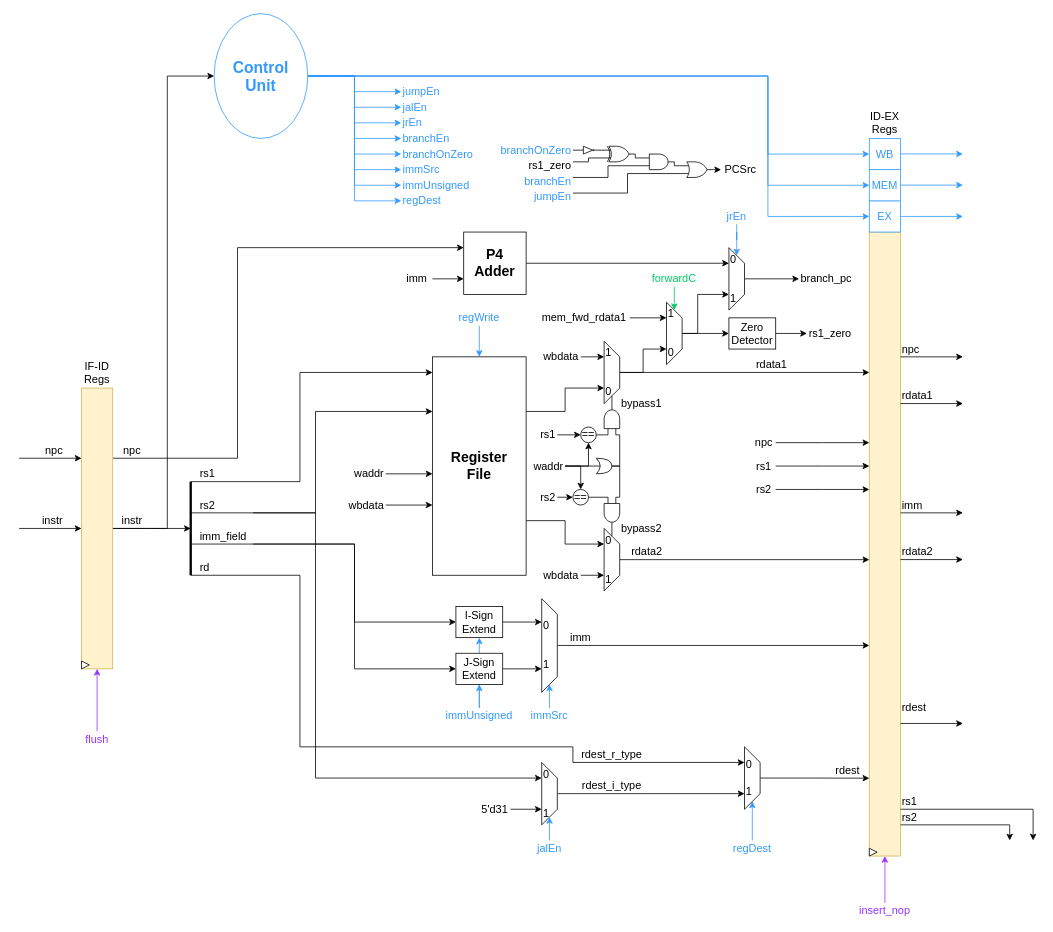
The draw.io diagram page "ID" (6 of 16) of docs/dlx_architecture.drawio in lorenzobadas/DLX, before the edit. Source tidied: cells renumbered, new cells numbered last; positions are measured from the earlier drawing's top-left corner, leaving out a move shared by most shapes. Both pictures are drawn from the tidied source at 78%, with x=0, y=0 at pixel (19, 13).
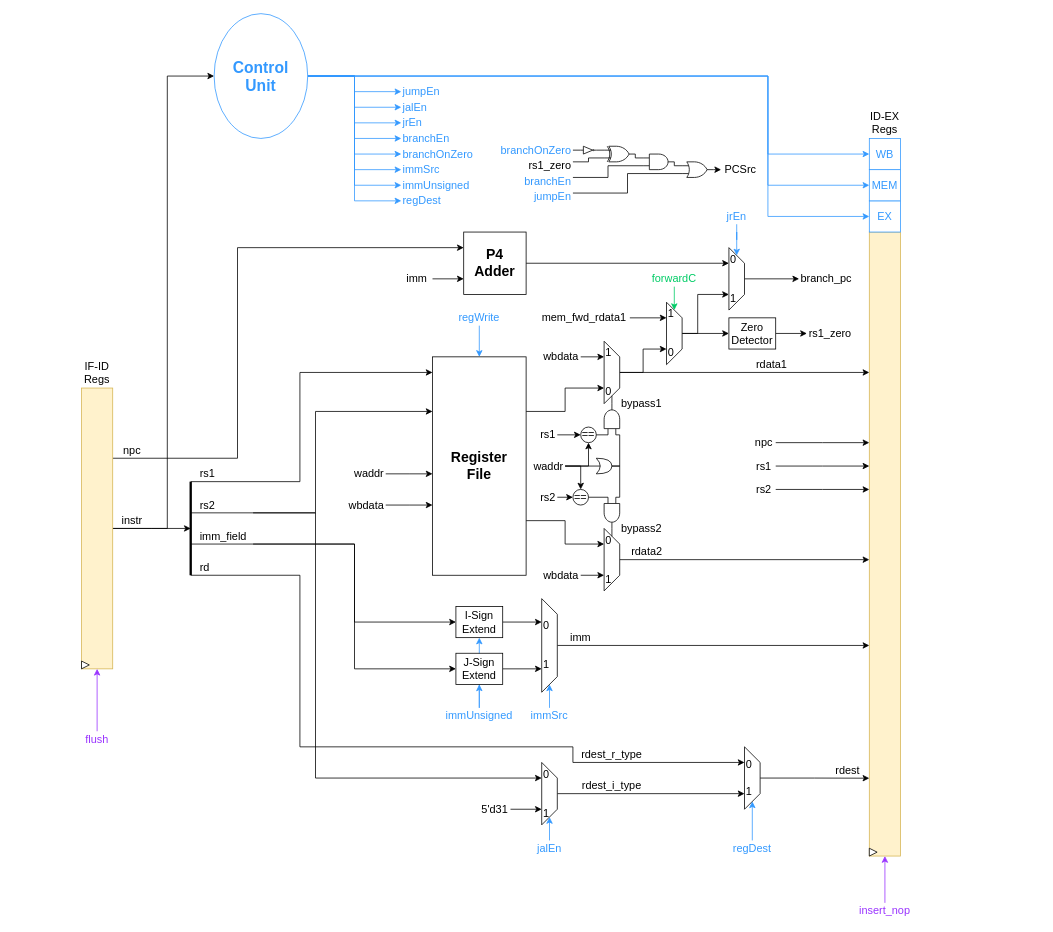
After the change.

The change refers to these unchanged cells:
```xml
<mxCell id="28" value="&lt;font style=&quot;color: rgb(51, 153, 255);&quot;&gt;EX&lt;/font&gt;" style="rounded=0;whiteSpace=wrap;html=1;strokeColor=#3399FF;fontSize=14;" parent="1" vertex="1">
  <mxGeometry x="1090" y="240" width="40" height="40" as="geometry" />
</mxCell>
```

What changed in the source:
```diff
@@
-    <mxCell id="12" style="edgeStyle=orthogonalEdgeStyle;rounded=0;orthogonalLoop=1;jettySize=auto;html=1;exitX=1;exitY=0.5;exitDx=0;exitDy=0;endSize=6;fontSize=14;entryX=0;entryY=0.25;entryDx=0;entryDy=0;" parent="1" edge="1">
-      <mxGeometry relative="1" as="geometry">
-        <mxPoint y="570" as="sourcePoint" />
-        <mxPoint x="80" y="570" as="targetPoint" />
-      </mxGeometry>
-    </mxCell>
-    <mxCell id="13" value="instr" style="text;html=1;align=center;verticalAlign=middle;whiteSpace=wrap;rounded=0;fontSize=14;" parent="1" vertex="1">
-      <mxGeometry x="8" y="640" width="70" height="20" as="geometry" />
-    </mxCell>
-    <mxCell id="14" value="npc" style="text;html=1;align=center;verticalAlign=middle;whiteSpace=wrap;rounded=0;fontSize=14;" parent="1" vertex="1">
-      <mxGeometry x="20" y="550" width="50" height="20" as="geometry" />
-    </mxCell>
@@
-    <mxCell id="27" style="edgeStyle=orthogonalEdgeStyle;rounded=0;jettySize=auto;html=1;exitX=1;exitY=0.5;exitDx=0;exitDy=0;strokeColor=#3399FF;fontSize=14;" parent="1" edge="1" source="28">
-      <mxGeometry relative="1" as="geometry">
-        <mxPoint x="1210" y="260" as="targetPoint" />
-      </mxGeometry>
-    </mxCell>
@@
-    <mxCell id="150" value="rdata1" style="text;html=1;align=left;verticalAlign=middle;whiteSpace=wrap;rounded=0;fontSize=14;" parent="1" vertex="1">
-      <mxGeometry x="1130" y="480" width="60" height="20" as="geometry" />
-    </mxCell>
-    <mxCell id="151" value="rdata2" style="text;html=1;align=left;verticalAlign=middle;whiteSpace=wrap;rounded=0;fontSize=14;" parent="1" vertex="1">
-      <mxGeometry x="1130" y="680" width="60" height="20" as="geometry" />
-    </mxCell>
-    <mxCell id="152" value="imm" style="text;html=1;align=left;verticalAlign=middle;whiteSpace=wrap;rounded=0;fontSize=14;" parent="1" vertex="1">
-      <mxGeometry x="1130" y="620" width="60" height="20" as="geometry" />
-    </mxCell>
-    <mxCell id="153" value="rdest" style="text;html=1;align=left;verticalAlign=middle;whiteSpace=wrap;rounded=0;fontSize=14;" parent="1" vertex="1">
-      <mxGeometry x="1130" y="880" width="90" height="20" as="geometry" />
-    </mxCell>
-    <mxCell id="154" style="rounded=0;jettySize=auto;html=1;exitX=0;exitY=1;exitDx=0;exitDy=0;fontSize=14;" parent="1" edge="1" source="155">
-      <mxGeometry relative="1" as="geometry">
-        <mxPoint x="1210" y="440" as="targetPoint" />
-      </mxGeometry>
-    </mxCell>
-    <mxCell id="155" value="npc" style="text;html=1;align=left;verticalAlign=middle;whiteSpace=wrap;rounded=0;fontSize=14;" parent="1" vertex="1">
-      <mxGeometry x="1130" y="420" width="50" height="20" as="geometry" />
-    </mxCell>
-    <mxCell id="156" value="rs1" style="text;html=1;align=left;verticalAlign=middle;whiteSpace=wrap;rounded=0;fontSize=14;" parent="1" vertex="1">
-      <mxGeometry x="1130" y="1000" width="60" height="20" as="geometry" />
-    </mxCell>
-    <mxCell id="157" style="edgeStyle=orthogonalEdgeStyle;rounded=0;jettySize=auto;html=1;exitX=0;exitY=1;exitDx=0;exitDy=0;entryX=0.5;entryY=0;entryDx=0;entryDy=0;fontSize=14;" parent="1" edge="1" source="158">
-      <mxGeometry relative="1" as="geometry">
-        <mxPoint x="1270" y="1060" as="targetPoint" />
-        <Array as="points">
-          <mxPoint x="1270" y="1040" />
-        </Array>
-      </mxGeometry>
-    </mxCell>
-    <mxCell id="158" value="rs2" style="text;html=1;align=left;verticalAlign=middle;whiteSpace=wrap;rounded=0;fontSize=14;" parent="1" vertex="1">
-      <mxGeometry x="1130" y="1020" width="60" height="20" as="geometry" />
-    </mxCell>
@@
-    <mxCell id="175" style="edgeStyle=orthogonalEdgeStyle;rounded=0;orthogonalLoop=1;jettySize=auto;html=1;exitX=1;exitY=0.5;exitDx=0;exitDy=0;endSize=6;fontSize=14;entryX=0;entryY=0.25;entryDx=0;entryDy=0;" parent="1" edge="1">
-      <mxGeometry relative="1" as="geometry">
-        <mxPoint y="660" as="sourcePoint" />
-        <mxPoint x="80" y="660" as="targetPoint" />
-      </mxGeometry>
-    </mxCell>
-    <mxCell id="176" style="rounded=0;orthogonalLoop=1;jettySize=auto;html=1;exitX=0;exitY=1;exitDx=0;exitDy=0;fontSize=14;" parent="1" edge="1">
-      <mxGeometry relative="1" as="geometry">
-        <mxPoint x="1130" y="499.9" as="sourcePoint" />
-        <mxPoint x="1210" y="499.9" as="targetPoint" />
-      </mxGeometry>
-    </mxCell>
-    <mxCell id="177" style="rounded=0;orthogonalLoop=1;jettySize=auto;html=1;exitX=0;exitY=1;exitDx=0;exitDy=0;fontSize=14;" parent="1" edge="1">
-      <mxGeometry relative="1" as="geometry">
-        <mxPoint x="1130" y="640" as="sourcePoint" />
-        <mxPoint x="1210" y="640" as="targetPoint" />
-      </mxGeometry>
-    </mxCell>
-    <mxCell id="178" style="rounded=0;orthogonalLoop=1;jettySize=auto;html=1;exitX=0;exitY=1;exitDx=0;exitDy=0;fontSize=14;" parent="1" edge="1">
-      <mxGeometry relative="1" as="geometry">
-        <mxPoint x="1130" y="699.9" as="sourcePoint" />
-        <mxPoint x="1210" y="699.9" as="targetPoint" />
-      </mxGeometry>
-    </mxCell>
-    <mxCell id="179" style="rounded=0;orthogonalLoop=1;jettySize=auto;html=1;exitX=0;exitY=1;exitDx=0;exitDy=0;fontSize=14;" parent="1" edge="1">
-      <mxGeometry relative="1" as="geometry">
-        <mxPoint x="1130" y="910" as="sourcePoint" />
-        <mxPoint x="1210" y="910" as="targetPoint" />
-      </mxGeometry>
-    </mxCell>
-    <mxCell id="180" style="edgeStyle=orthogonalEdgeStyle;rounded=0;jettySize=auto;html=1;exitX=0;exitY=0;exitDx=0;exitDy=0;fontSize=14;" parent="1" edge="1" source="158">
-      <mxGeometry relative="1" as="geometry">
-        <mxPoint x="1300" y="1060" as="targetPoint" />
-        <Array as="points">
-          <mxPoint x="1300" y="1020" />
-        </Array>
-      </mxGeometry>
-    </mxCell>
-    <mxCell id="181" style="edgeStyle=orthogonalEdgeStyle;rounded=0;orthogonalLoop=1;jettySize=auto;html=1;exitX=1;exitY=0.5;exitDx=0;exitDy=0;strokeColor=#3399FF;fontSize=14;" parent="1" edge="1">
-      <mxGeometry relative="1" as="geometry">
-        <mxPoint x="1130" y="219.8" as="sourcePoint" />
-        <mxPoint x="1210" y="219.8" as="targetPoint" />
-      </mxGeometry>
-    </mxCell>
-    <mxCell id="182" style="edgeStyle=orthogonalEdgeStyle;rounded=0;orthogonalLoop=1;jettySize=auto;html=1;exitX=1;exitY=0.5;exitDx=0;exitDy=0;strokeColor=#3399FF;fontSize=14;" parent="1" edge="1">
-      <mxGeometry relative="1" as="geometry">
-        <mxPoint x="1130" y="179.8" as="sourcePoint" />
-        <mxPoint x="1210" y="179.8" as="targetPoint" />
-      </mxGeometry>
-    </mxCell>
```
